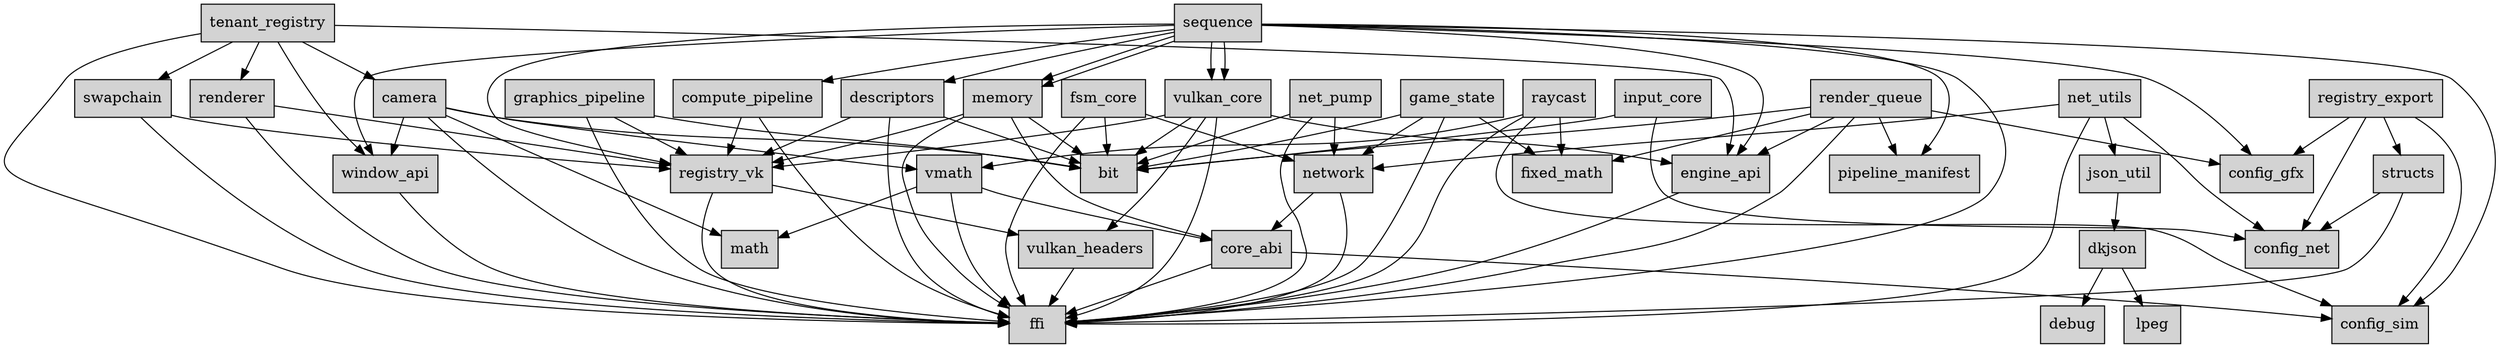
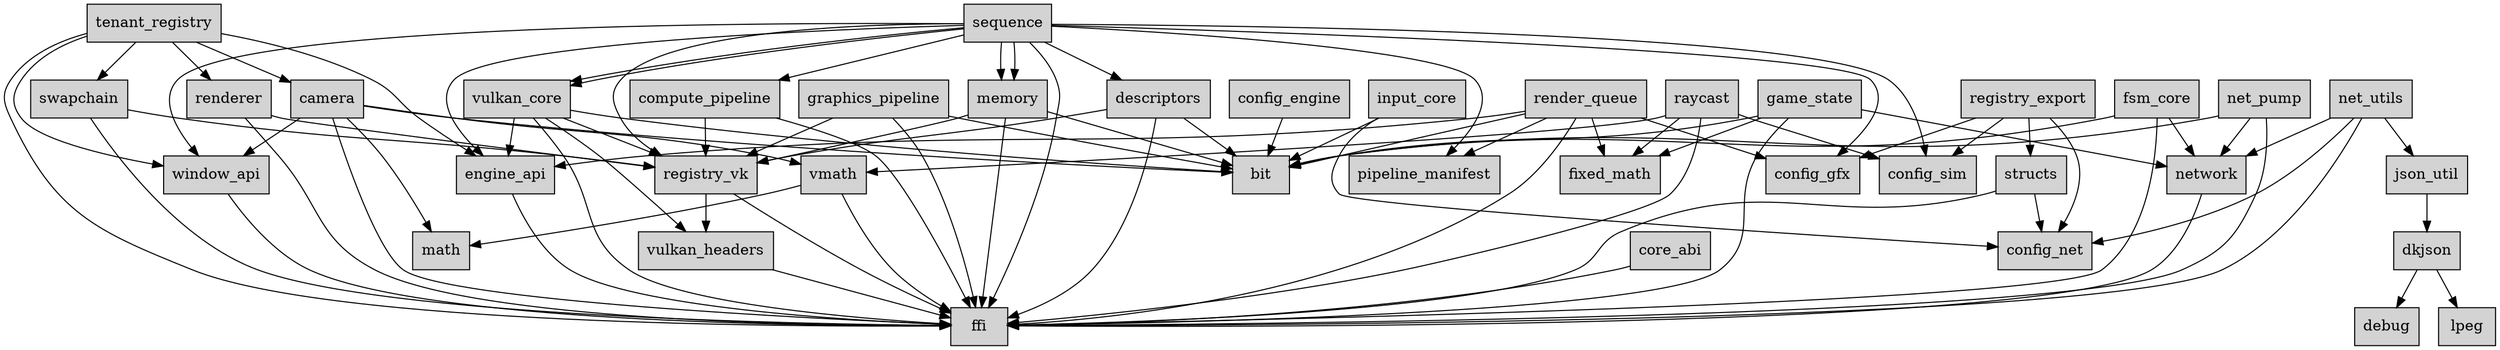
digraph WeaverEngine {
  node [shape=box, style=filled, fillcolor=lightgray];
-   "json_util" -> "dkjson";
-   "game_state" -> "ffi";
-   "game_state" -> "bit";
-   "game_state" -> "network";
-   "game_state" -> "fixed_math";
-   "config_net";
-   "renderer" -> "ffi";
-   "renderer" -> "registry_vk";
-   "pipeline_manifest";
-   "raycast" -> "ffi";
-   "raycast" -> "vmath";
-   "raycast" -> "fixed_math";
-   "raycast" -> "config_sim";
-   "network" -> "ffi";
-   "network" -> "core_abi";
-   "net_pump" -> "ffi";
-   "net_pump" -> "bit";
-   "net_pump" -> "network";
-   "compute_pipeline" -> "ffi";
-   "compute_pipeline" -> "registry_vk";
-   "input_core" -> "bit";
-   "input_core" -> "config_net";
-   "registry_vk" -> "ffi";
-   "registry_vk" -> "vulkan_headers";
-   "vulkan_core" -> "ffi";
-   "vulkan_core" -> "bit";
-   "vulkan_core" -> "vulkan_headers";
-   "vulkan_core" -> "registry_vk";
-   "vulkan_core" -> "engine_api";
-   "core_abi" -> "ffi";
-   "core_abi" -> "config_sim";
-   "descriptors" -> "ffi";
-   "descriptors" -> "bit";
-   "descriptors" -> "registry_vk";
-   "swapchain" -> "ffi";
-   "swapchain" -> "registry_vk";
-   "graphics_pipeline" -> "ffi";
-   "graphics_pipeline" -> "bit";
-   "graphics_pipeline" -> "registry_vk";
-   "camera" -> "ffi";
-   "camera" -> "math";
-   "camera" -> "bit";
-   "camera" -> "vmath";
-   "camera" -> "window_api";
-   "config_gfx";
-   "dkjson" -> "debug";
-   "dkjson" -> "lpeg";
-   "structs" -> "ffi";
-   "structs" -> "config_net";
-   "window_api" -> "ffi";
  "sequence" -> "ffi";
  "sequence" -> "registry_vk";
  "sequence" -> "pipeline_manifest";
  "sequence" -> "window_api";
  "sequence" -> "engine_api";
  "sequence" -> "config_gfx";
  "sequence" -> "config_sim";
  "sequence" -> "vulkan_core";
  "sequence" -> "vulkan_core";
  "sequence" -> "memory";
  "sequence" -> "descriptors";
  "sequence" -> "memory";
  "sequence" -> "compute_pipeline";
-   "memory" -> "ffi";
-   "memory" -> "bit";
-   "memory" -> "core_abi";
-   "memory" -> "registry_vk";
+   "network" -> "ffi";
+   "raycast" -> "ffi";
+   "raycast" -> "vmath";
+   "raycast" -> "fixed_math";
+   "raycast" -> "config_sim";
+   "engine_api" -> "ffi";
+   "camera" -> "ffi";
+   "camera" -> "math";
+   "camera" -> "bit";
+   "camera" -> "vmath";
+   "camera" -> "window_api";
  "config_sim";
+   "registry_export" -> "structs";
+   "registry_export" -> "config_gfx";
+   "registry_export" -> "config_sim";
+   "registry_export" -> "config_net";
+   "config_net";
  "fsm_core" -> "network";
  "fsm_core" -> "bit";
  "fsm_core" -> "ffi";
+   "descriptors" -> "ffi";
+   "descriptors" -> "bit";
+   "descriptors" -> "registry_vk";
+   "pipeline_manifest";
+   "core_abi" -> "ffi";
+   "registry_vk" -> "ffi";
+   "registry_vk" -> "vulkan_headers";
+   "config_gfx";
+   "memory" -> "ffi";
+   "memory" -> "bit";
+   "memory" -> "registry_vk";
  "net_utils" -> "ffi";
  "net_utils" -> "json_util";
  "net_utils" -> "config_net";
  "net_utils" -> "network";
-   "registry_export" -> "structs";
-   "registry_export" -> "config_gfx";
-   "registry_export" -> "config_sim";
-   "registry_export" -> "config_net";
-   "fixed_math";
-   "vulkan_headers" -> "ffi";
-   "vmath" -> "ffi";
-   "vmath" -> "math";
-   "vmath" -> "core_abi";
-   "engine_api" -> "ffi";
+   "vulkan_core" -> "ffi";
+   "vulkan_core" -> "bit";
+   "vulkan_core" -> "vulkan_headers";
+   "vulkan_core" -> "registry_vk";
+   "vulkan_core" -> "engine_api";
+   "renderer" -> "ffi";
+   "renderer" -> "registry_vk";
+   "dkjson" -> "debug";
+   "dkjson" -> "lpeg";
+   "structs" -> "ffi";
+   "structs" -> "config_net";
+   "json_util" -> "dkjson";
+   "config_engine" -> "bit";
  "tenant_registry" -> "ffi";
  "tenant_registry" -> "window_api";
  "tenant_registry" -> "engine_api";
  "tenant_registry" -> "swapchain";
  "tenant_registry" -> "renderer";
  "tenant_registry" -> "camera";
+   "swapchain" -> "ffi";
+   "swapchain" -> "registry_vk";
  "render_queue" -> "ffi";
  "render_queue" -> "pipeline_manifest";
  "render_queue" -> "bit";
  "render_queue" -> "fixed_math";
  "render_queue" -> "engine_api";
  "render_queue" -> "config_gfx";
+   "graphics_pipeline" -> "ffi";
+   "graphics_pipeline" -> "bit";
+   "graphics_pipeline" -> "registry_vk";
+   "input_core" -> "bit";
+   "input_core" -> "config_net";
+   "net_pump" -> "ffi";
+   "net_pump" -> "bit";
+   "net_pump" -> "network";
+   "window_api" -> "ffi";
+   "vulkan_headers" -> "ffi";
+   "fixed_math";
+   "game_state" -> "ffi";
+   "game_state" -> "bit";
+   "game_state" -> "network";
+   "game_state" -> "fixed_math";
+   "vmath" -> "ffi";
+   "vmath" -> "math";
+   "compute_pipeline" -> "ffi";
+   "compute_pipeline" -> "registry_vk";
}